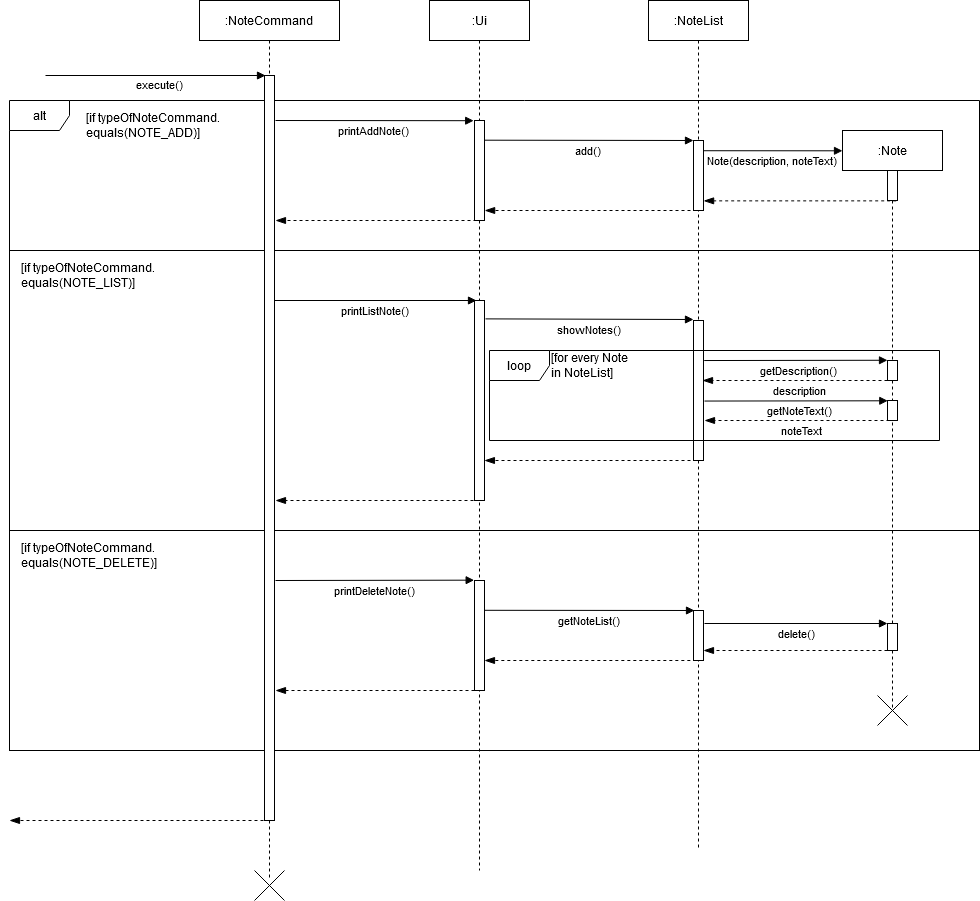
This is docs/images/NoteCommandSequence.png from nus-cs2113-AY2021S1/tp, a draw.io export, as it was before one commit. Source tidied: cells renumbered, new cells last; positions are measured from the earlier drawing's top-left corner, leaving out a move shared by most shapes.
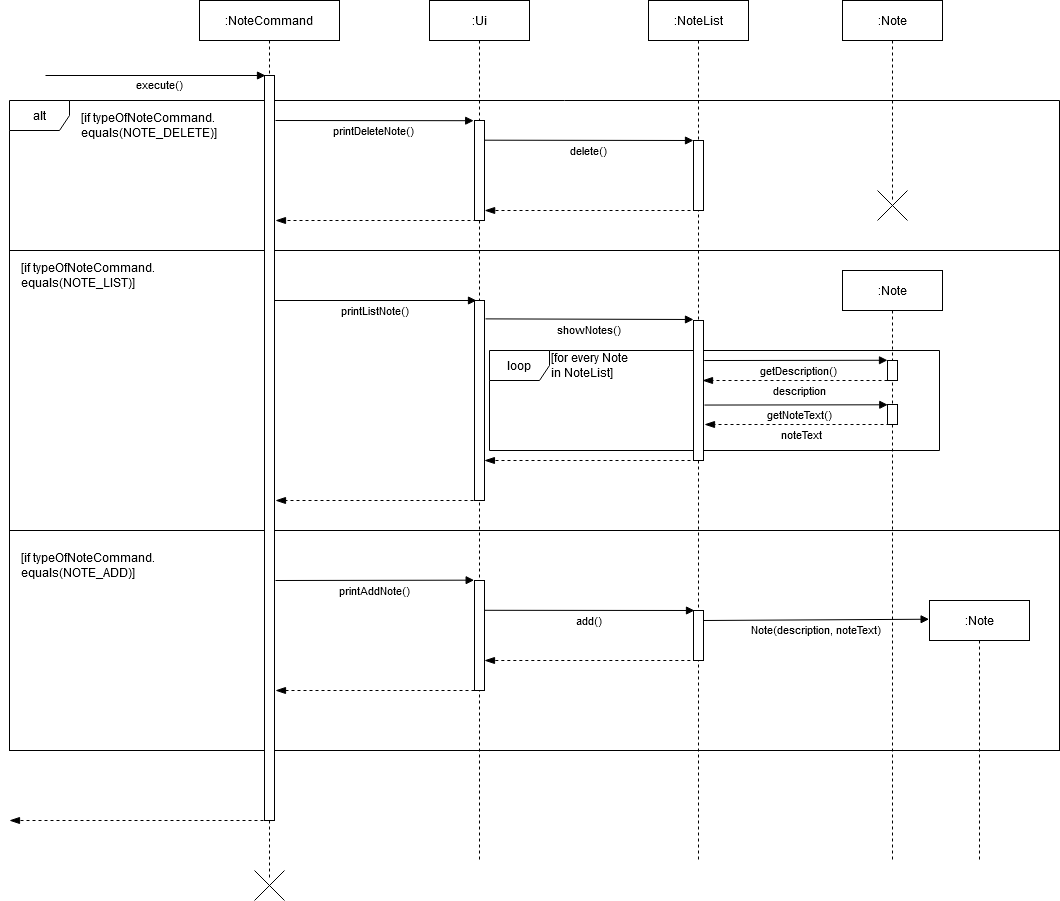
After the change.

Commit message:
Amended the NoteCommandSequence diagram

Diff of the diagram source:
```diff
@@ -2,14 +2,17 @@
   <root>
     <mxCell id="0" />
     <mxCell id="1" parent="0" />
+    <mxCell id="3" style="html=1;" parent="1" vertex="1">
+      <mxGeometry y="250" width="1050" height="280" as="geometry" />
+    </mxCell>
+    <mxCell id="18" value="loop" style="shape=umlFrame;whiteSpace=wrap;html=1;" parent="1" vertex="1">
+      <mxGeometry x="480" y="350" width="450" height="100" as="geometry" />
+    </mxCell>
     <mxCell id="2" value="alt" style="shape=umlFrame;whiteSpace=wrap;html=1;" parent="1" vertex="1">
-      <mxGeometry y="100" width="970" height="150" as="geometry" />
+      <mxGeometry y="100" width="1050" height="150" as="geometry" />
     </mxCell>
-    <mxCell id="3" style="html=1;" parent="1" vertex="1">
-      <mxGeometry y="250" width="970" height="280" as="geometry" />
-    </mxCell>
     <mxCell id="4" style="html=1;" parent="1" vertex="1">
-      <mxGeometry y="530" width="970" height="220" as="geometry" />
+      <mxGeometry y="530" width="1050" height="220" as="geometry" />
     </mxCell>
     <mxCell id="5" value=":NoteCommand" style="shape=umlLifeline;perimeter=lifelinePerimeter;rounded=0;shadow=0;strokeWidth=1;size=40;" parent="1" vertex="1">
       <mxGeometry x="190" width="140" height="880" as="geometry" />
@@ -18,7 +21,7 @@
       <mxGeometry x="65" y="75" width="10" height="745" as="geometry" />
     </mxCell>
     <mxCell id="7" value=":Ui" style="shape=umlLifeline;perimeter=lifelinePerimeter;rounded=0;shadow=0;strokeWidth=1;" parent="1" vertex="1">
-      <mxGeometry x="420" width="100" height="870" as="geometry" />
+      <mxGeometry x="420" width="100" height="860" as="geometry" />
     </mxCell>
     <mxCell id="8" style="points=[];perimeter=orthogonalPerimeter;rounded=0;shadow=0;strokeWidth=1;" parent="7" vertex="1">
       <mxGeometry x="45" y="120" width="10" height="100" as="geometry" />
@@ -27,7 +30,7 @@
       <mxGeometry x="45" y="300" width="10" height="200" as="geometry" />
     </mxCell>
     <mxCell id="10" value=":NoteList" style="shape=umlLifeline;perimeter=lifelinePerimeter;rounded=0;shadow=0;strokeWidth=1;" parent="1" vertex="1">
-      <mxGeometry x="639" width="100" height="850" as="geometry" />
+      <mxGeometry x="639" width="100" height="860" as="geometry" />
     </mxCell>
     <mxCell id="11" style="points=[];perimeter=orthogonalPerimeter;rounded=0;shadow=0;strokeWidth=1;" parent="10" vertex="1">
       <mxGeometry x="45" y="140" width="10" height="70" as="geometry" />
@@ -43,12 +46,6 @@
         <mxPoint x="265" y="460" as="sourcePoint" />
       </mxGeometry>
     </mxCell>
-    <mxCell id="15" style="html=1;verticalAlign=bottom;endArrow=blockThin;dashed=1;endSize=8;exitX=0.05;exitY=1.049;exitDx=0;exitDy=0;exitPerimeter=0;endFill=1;" parent="1" edge="1">
-      <mxGeometry relative="1" as="geometry">
-        <mxPoint x="886.7" y="200.4" as="sourcePoint" />
-        <mxPoint x="694.1" y="200.4" as="targetPoint" />
-      </mxGeometry>
-    </mxCell>
     <mxCell id="16" style="html=1;verticalAlign=bottom;endArrow=block;" parent="1" edge="1">
       <mxGeometry x="-0.12" y="-90" relative="1" as="geometry">
         <mxPoint x="36" y="75" as="sourcePoint" />
@@ -60,49 +57,34 @@
         <mxPoint x="45.7" y="7" as="offset" />
       </mxGeometry>
     </mxCell>
-    <mxCell id="18" value="loop" style="shape=umlFrame;whiteSpace=wrap;html=1;" parent="1" vertex="1">
-      <mxGeometry x="480" y="350" width="450" height="90" as="geometry" />
-    </mxCell>
     <mxCell id="19" value=":Note" style="shape=umlLifeline;perimeter=lifelinePerimeter;rounded=0;shadow=0;strokeWidth=1;" parent="1" vertex="1">
-      <mxGeometry x="833" y="130" width="100" height="580" as="geometry" />
+      <mxGeometry x="833" y="270" width="100" height="590" as="geometry" />
     </mxCell>
-    <mxCell id="20" style="perimeter=orthogonalPerimeter;rounded=0;shadow=0;strokeWidth=1;" parent="19" vertex="1">
-      <mxGeometry x="45" y="40" width="10" height="30" as="geometry" />
-    </mxCell>
     <mxCell id="21" style="perimeter=orthogonalPerimeter;rounded=0;shadow=0;strokeWidth=1;" parent="19" vertex="1">
-      <mxGeometry x="45" y="230" width="10" height="20" as="geometry" />
+      <mxGeometry x="45" y="90" width="10" height="20" as="geometry" />
     </mxCell>
     <mxCell id="22" style="perimeter=orthogonalPerimeter;rounded=0;shadow=0;strokeWidth=1;" parent="19" vertex="1">
-      <mxGeometry x="45" y="270" width="10" height="20" as="geometry" />
+      <mxGeometry x="45" y="134" width="10" height="20" as="geometry" />
     </mxCell>
-    <mxCell id="23" style="perimeter=orthogonalPerimeter;rounded=0;shadow=0;strokeWidth=1;" parent="19" vertex="1">
-      <mxGeometry x="45" y="493" width="10" height="27" as="geometry" />
-    </mxCell>
     <mxCell id="24" value="description" style="html=1;verticalAlign=bottom;endArrow=blockThin;dashed=1;endSize=8;endFill=1;" parent="19" edge="1">
       <mxGeometry x="-0.02" y="20" relative="1" as="geometry">
-        <mxPoint x="51" y="250" as="sourcePoint" />
-        <mxPoint x="-140" y="250" as="targetPoint" />
+        <mxPoint x="51" y="110" as="sourcePoint" />
+        <mxPoint x="-140" y="110" as="targetPoint" />
       </mxGeometry>
     </mxCell>
     <mxCell id="25" value="getNoteText()" style="verticalAlign=bottom;endArrow=block;shadow=0;strokeWidth=1;entryX=-0.171;entryY=-0.011;entryDx=0;entryDy=0;entryPerimeter=0;" parent="19" edge="1">
       <mxGeometry x="0.04" y="-20" relative="1" as="geometry">
-        <mxPoint x="-138" y="270.6" as="sourcePoint" />
-        <mxPoint x="45.3" y="270.3" as="targetPoint" />
+        <mxPoint x="-138" y="134.6" as="sourcePoint" />
+        <mxPoint x="45.3" y="134.3" as="targetPoint" />
       </mxGeometry>
     </mxCell>
     <mxCell id="26" value="noteText" style="html=1;verticalAlign=bottom;endArrow=blockThin;dashed=1;endSize=8;endFill=1;" parent="19" edge="1">
       <mxGeometry x="-0.02" y="20" relative="1" as="geometry">
-        <mxPoint x="53" y="290" as="sourcePoint" />
-        <mxPoint x="-138" y="290" as="targetPoint" />
+        <mxPoint x="53" y="154" as="sourcePoint" />
+        <mxPoint x="-138" y="154" as="targetPoint" />
       </mxGeometry>
     </mxCell>
-    <mxCell id="27" style="html=1;verticalAlign=bottom;endArrow=blockThin;dashed=1;endSize=8;endFill=1;" parent="19" edge="1">
-      <mxGeometry relative="1" as="geometry">
-        <mxPoint x="51" y="520" as="sourcePoint" />
-        <mxPoint x="-139" y="520" as="targetPoint" />
-      </mxGeometry>
-    </mxCell>
-    <mxCell id="28" value="add()" style="verticalAlign=bottom;endArrow=block;shadow=0;strokeWidth=1;exitX=1.11;exitY=0.197;exitDx=0;exitDy=0;exitPerimeter=0;" parent="1" edge="1">
+    <mxCell id="28" value="delete()" style="verticalAlign=bottom;endArrow=block;shadow=0;strokeWidth=1;exitX=1.11;exitY=0.197;exitDx=0;exitDy=0;exitPerimeter=0;" parent="1" edge="1">
       <mxGeometry y="-20" relative="1" as="geometry">
         <mxPoint x="475.1" y="139.7" as="sourcePoint" />
         <mxPoint x="684" y="140" as="targetPoint" />
@@ -126,7 +108,7 @@
         <mxPoint x="474.9" y="460" as="targetPoint" />
       </mxGeometry>
     </mxCell>
-    <mxCell id="32" value="printDeleteNote()" style="verticalAlign=bottom;endArrow=block;shadow=0;strokeWidth=1;entryX=-0.034;entryY=-0.003;entryDx=0;entryDy=0;entryPerimeter=0;" parent="1" edge="1" target="48">
+    <mxCell id="32" value="printAddNote()" style="verticalAlign=bottom;endArrow=block;shadow=0;strokeWidth=1;entryX=-0.034;entryY=-0.003;entryDx=0;entryDy=0;entryPerimeter=0;" parent="1" edge="1" target="48">
       <mxGeometry y="-20" relative="1" as="geometry">
         <mxPoint x="266" y="580" as="sourcePoint" />
       </mxGeometry>
@@ -137,15 +119,6 @@
         <mxPoint x="475" y="660" as="targetPoint" />
       </mxGeometry>
     </mxCell>
-    <mxCell id="34" value="delete()" style="verticalAlign=bottom;endArrow=block;shadow=0;strokeWidth=1;" parent="1" edge="1">
-      <mxGeometry y="-20" relative="1" as="geometry">
-        <mxPoint x="695" y="623" as="sourcePoint" />
-        <mxPoint x="878" y="623" as="targetPoint" />
-      </mxGeometry>
-    </mxCell>
-    <mxCell id="35" style="shape=umlDestroy;" parent="1" vertex="1">
-      <mxGeometry x="868" y="695" width="30" height="30" as="geometry" />
-    </mxCell>
     <mxCell id="36" style="html=1;verticalAlign=bottom;endArrow=blockThin;dashed=1;endSize=8;endFill=1;" parent="1" edge="1">
       <mxGeometry relative="1" as="geometry">
         <mxPoint x="471" y="690" as="sourcePoint" />
@@ -159,24 +132,16 @@
       </mxGeometry>
     </mxCell>
     <mxCell id="38" value="&lt;div align=&quot;left&quot;&gt;&lt;font style=&quot;font-size: 12px&quot;&gt;[if typeOfNoteCommand.&lt;/font&gt;&lt;/div&gt;&lt;div align=&quot;left&quot;&gt;&lt;font style=&quot;font-size: 12px&quot;&gt;equals(NOTE_ADD)]&lt;/font&gt;&lt;/div&gt;" style="text;html=1;align=left;verticalAlign=middle;" parent="1" vertex="1">
-      <mxGeometry x="75" y="110" width="150" height="30" as="geometry" />
+      <mxGeometry x="10" y="550" width="150" height="30" as="geometry" />
     </mxCell>
-    <mxCell id="39" value="&lt;div align=&quot;left&quot;&gt;&lt;font style=&quot;font-size: 12px&quot;&gt;[if typeOfNoteCommand.&lt;/font&gt;&lt;/div&gt;&lt;div align=&quot;left&quot;&gt;&lt;font style=&quot;font-size: 12px&quot;&gt;equals(NOTE_DELETE)]&lt;/font&gt;&lt;/div&gt;" style="text;html=1;align=left;verticalAlign=middle;" parent="1" vertex="1">
-      <mxGeometry x="10" y="540" width="150" height="30" as="geometry" />
-    </mxCell>
     <mxCell id="40" value="&lt;div&gt;[for every Note &lt;br&gt;&lt;/div&gt;&lt;div&gt;in NoteList]&lt;/div&gt;" style="text;html=1;align=left;verticalAlign=middle;" parent="1" vertex="1">
       <mxGeometry x="540" y="350" width="90" height="30" as="geometry" />
     </mxCell>
-    <mxCell id="41" value="printAddNote()" style="verticalAlign=bottom;endArrow=block;shadow=0;strokeWidth=1;entryX=-0.08;entryY=0.002;entryDx=0;entryDy=0;entryPerimeter=0;" parent="1" edge="1" target="8">
+    <mxCell id="41" value="printDeleteNote()" style="verticalAlign=bottom;endArrow=block;shadow=0;strokeWidth=1;entryX=-0.08;entryY=0.002;entryDx=0;entryDy=0;entryPerimeter=0;" parent="1" edge="1" target="8">
       <mxGeometry y="-20" relative="1" as="geometry">
         <mxPoint x="266" y="120" as="sourcePoint" />
       </mxGeometry>
     </mxCell>
-    <mxCell id="42" value="Note(description, noteText)" style="verticalAlign=bottom;endArrow=block;shadow=0;strokeWidth=1;exitX=1.019;exitY=0.146;exitDx=0;exitDy=0;exitPerimeter=0;" parent="1" edge="1" source="11">
-      <mxGeometry y="-20" relative="1" as="geometry">
-        <mxPoint x="833" y="150.3" as="targetPoint" />
-      </mxGeometry>
-    </mxCell>
     <mxCell id="43" value="showNotes()" style="verticalAlign=bottom;endArrow=block;shadow=0;strokeWidth=1;exitX=1;exitY=0.303;exitDx=0;exitDy=0;exitPerimeter=0;" parent="1" edge="1">
       <mxGeometry y="-20" relative="1" as="geometry">
         <mxPoint x="476" y="318.4" as="sourcePoint" />
@@ -207,7 +172,7 @@
     <mxCell id="48" style="points=[];perimeter=orthogonalPerimeter;rounded=0;shadow=0;strokeWidth=1;" parent="1" vertex="1">
       <mxGeometry x="465" y="580" width="10" height="110" as="geometry" />
     </mxCell>
-    <mxCell id="49" value="getNoteList()" style="verticalAlign=bottom;endArrow=block;shadow=0;strokeWidth=1;exitX=0.96;exitY=0.271;exitDx=0;exitDy=0;exitPerimeter=0;" parent="1" edge="1" source="48">
+    <mxCell id="49" value="add()" style="verticalAlign=bottom;endArrow=block;shadow=0;strokeWidth=1;exitX=0.96;exitY=0.271;exitDx=0;exitDy=0;exitPerimeter=0;" parent="1" edge="1" source="48">
       <mxGeometry y="-20" relative="1" as="geometry">
         <mxPoint x="685" y="610" as="targetPoint" />
       </mxGeometry>
@@ -215,5 +180,22 @@
     <mxCell id="50" style="shape=umlDestroy;" parent="1" vertex="1">
       <mxGeometry x="245" y="870" width="30" height="30" as="geometry" />
     </mxCell>
+    <mxCell id="51" value=":Note" style="shape=umlLifeline;perimeter=lifelinePerimeter;rounded=0;shadow=0;strokeWidth=1;" parent="1" vertex="1">
+      <mxGeometry x="833" width="100" height="200" as="geometry" />
+    </mxCell>
+    <mxCell id="39" value="&lt;div align=&quot;left&quot;&gt;&lt;font style=&quot;font-size: 12px&quot;&gt;[if typeOfNoteCommand.&lt;/font&gt;&lt;/div&gt;&lt;div align=&quot;left&quot;&gt;&lt;font style=&quot;font-size: 12px&quot;&gt;equals(NOTE_DELETE)]&lt;/font&gt;&lt;/div&gt;" style="text;html=1;align=left;verticalAlign=middle;" parent="1" vertex="1">
+      <mxGeometry x="70" y="110" width="150" height="30" as="geometry" />
+    </mxCell>
+    <mxCell id="52" style="shape=umlDestroy;" parent="1" vertex="1">
+      <mxGeometry x="868" y="190" width="30" height="30" as="geometry" />
+    </mxCell>
+    <mxCell id="53" value=":Note" style="shape=umlLifeline;perimeter=lifelinePerimeter;rounded=0;shadow=0;strokeWidth=1;" parent="1" vertex="1">
+      <mxGeometry x="920" y="600" width="100" height="260" as="geometry" />
+    </mxCell>
+    <mxCell id="42" value="Note(description, noteText)" style="verticalAlign=bottom;endArrow=block;shadow=0;strokeWidth=1;entryX=-0.004;entryY=0.072;entryDx=0;entryDy=0;entryPerimeter=0;" parent="1" edge="1" target="53">
+      <mxGeometry y="-20" relative="1" as="geometry">
+        <mxPoint x="694" y="620" as="sourcePoint" />
+      </mxGeometry>
+    </mxCell>
   </root>
 </mxGraphModel>
```
